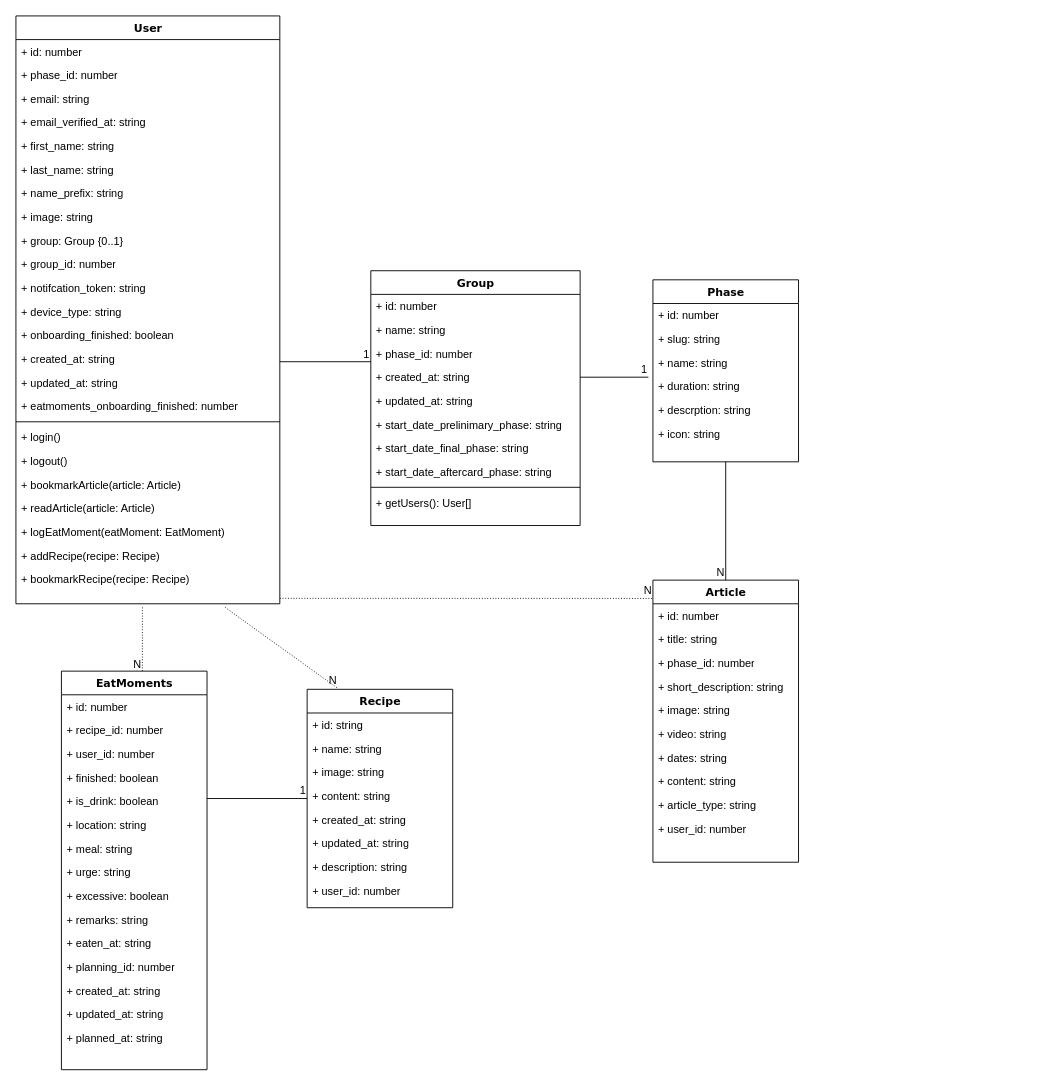
Above: Untitled Diagram.drawio in komfysach/sachStudioTast (draw.io), before the change. Source tidied: cells renumbered, new cells numbered last; positions are measured from the earlier drawing's top-left corner, leaving out a move shared by most shapes. Both pictures are drawn from the tidied source at 91%, with x=0, y=0 at pixel (15, 15).
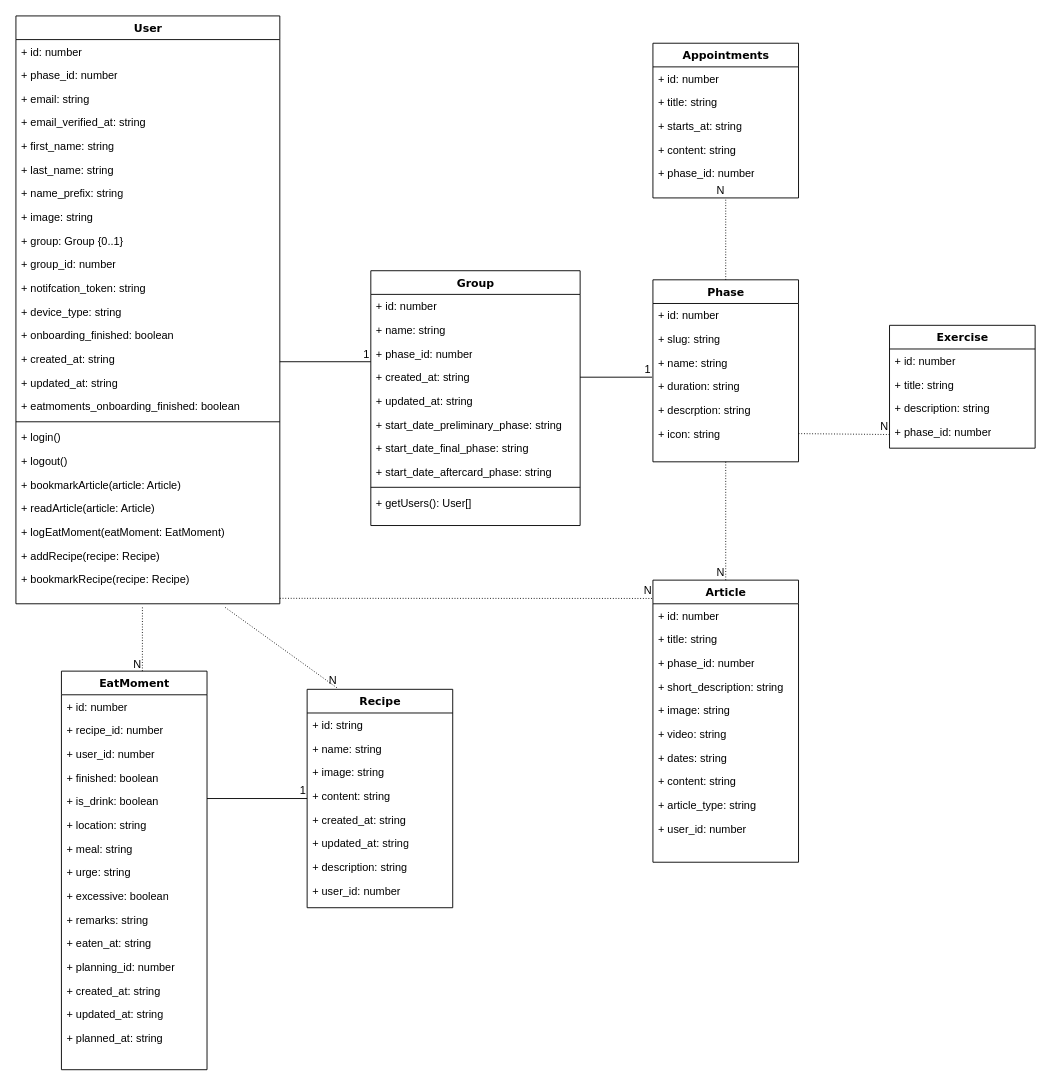
After the change.

The change refers to these unchanged cells:
```xml
<mxCell id="2" value="User" style="swimlane;html=1;fontStyle=1;align=center;verticalAlign=top;horizontal=1;startSize=26;swimlaneFillColor=#ffffff;rounded=0;shadow=0;comic=0;labelBackgroundColor=none;strokeWidth=1;fillColor=none;fontFamily=Verdana;fontSize=12;" parent="1" vertex="1">
  <mxGeometry width="290" height="646" as="geometry" />
</mxCell>
<mxCell id="27" value="Group" style="swimlane;html=1;fontStyle=1;align=center;verticalAlign=top;horizontal=1;startSize=26;swimlaneFillColor=#ffffff;rounded=0;shadow=0;comic=0;labelBackgroundColor=none;strokeWidth=1;fillColor=none;fontFamily=Verdana;fontSize=12;strokeColor=default;swimlaneLine=1;" parent="1" vertex="1">
  <mxGeometry x="390" y="280" width="230" height="280" as="geometry" />
</mxCell>
<mxCell id="38" value="Phase" style="swimlane;html=1;fontStyle=1;align=center;verticalAlign=top;horizontal=1;startSize=26;swimlaneFillColor=#ffffff;rounded=0;shadow=0;comic=0;labelBackgroundColor=none;strokeWidth=1;fillColor=none;fontFamily=Verdana;fontSize=12;" parent="1" vertex="1">
  <mxGeometry x="700" y="290" width="160" height="200" as="geometry" />
</mxCell>
<mxCell id="44" value="+ duration: string" style="text;html=1;strokeColor=none;fillColor=none;align=left;verticalAlign=top;spacingLeft=4;spacingRight=4;whiteSpace=wrap;overflow=hidden;points=[[0,0.5],[1,0.5]];portConstraint=eastwest;" parent="38" vertex="1">
  <mxGeometry y="104" width="160" height="26" as="geometry" />
</mxCell>
<mxCell id="46" value="+ icon: string" style="text;html=1;strokeColor=none;fillColor=none;align=left;verticalAlign=top;spacingLeft=4;spacingRight=4;whiteSpace=wrap;overflow=hidden;points=[[0,0.5],[1,0.5]];portConstraint=eastwest;" parent="38" vertex="1">
  <mxGeometry y="156" width="160" height="26" as="geometry" />
</mxCell>
<mxCell id="72" value="Article" style="swimlane;html=1;fontStyle=1;align=center;verticalAlign=top;horizontal=1;startSize=26;swimlaneFillColor=#ffffff;rounded=0;shadow=0;comic=0;labelBackgroundColor=none;strokeWidth=1;fillColor=none;fontFamily=Verdana;fontSize=12;" parent="1" vertex="1">
  <mxGeometry x="700" y="620" width="160" height="310" as="geometry" />
</mxCell>
```

Change to the diagram source:
```diff
@@
-    <mxCell id="18" value="+ eatmoments_onboarding_finished: number" style="text;html=1;strokeColor=none;fillColor=none;align=left;verticalAlign=top;spacingLeft=4;spacingRight=4;whiteSpace=wrap;overflow=hidden;" parent="2" vertex="1">
+    <mxCell id="18" value="+ eatmoments_onboarding_finished: boolean" style="text;html=1;strokeColor=none;fillColor=none;align=left;verticalAlign=top;spacingLeft=4;spacingRight=4;whiteSpace=wrap;overflow=hidden;" parent="2" vertex="1">
       <mxGeometry y="416" width="290" height="26" as="geometry" />
     </mxCell>
@@
-    <mxCell id="33" value="+ start_date_prelinimary_phase: string" style="text;html=1;strokeColor=none;fillColor=none;align=left;verticalAlign=top;spacingLeft=4;spacingRight=4;whiteSpace=wrap;overflow=hidden;" parent="27" vertex="1">
+    <mxCell id="33" value="+ start_date_preliminary_phase: string" style="text;html=1;strokeColor=none;fillColor=none;align=left;verticalAlign=top;spacingLeft=4;spacingRight=4;whiteSpace=wrap;overflow=hidden;" parent="27" vertex="1">
       <mxGeometry y="156" width="230" height="26" as="geometry" />
     </mxCell>
@@
-    <mxCell id="42" style="endArrow=none;html=1;rounded=0;entryX=-0.031;entryY=0.115;entryDx=0;entryDy=0;entryPerimeter=0;" parent="38" edge="1" target="44">
+    <mxCell id="42" style="endArrow=none;html=1;rounded=0;entryX=-0.006;entryY=0.115;entryDx=0;entryDy=0;entryPerimeter=0;" parent="38" edge="1" target="44">
       <mxGeometry relative="1" as="geometry">
         <mxPoint x="-80" y="107" as="sourcePoint" />
       </mxGeometry>
     </mxCell>
@@
-    <mxCell id="47" value="EatMoments" style="swimlane;html=1;fontStyle=1;align=center;verticalAlign=top;horizontal=1;startSize=26;swimlaneFillColor=#ffffff;rounded=0;shadow=0;comic=0;labelBackgroundColor=none;strokeWidth=1;fillColor=none;fontFamily=Verdana;fontSize=12;" parent="1" vertex="1">
+    <mxCell id="47" value="EatMoment" style="swimlane;html=1;fontStyle=1;align=center;verticalAlign=top;horizontal=1;startSize=26;swimlaneFillColor=#ffffff;rounded=0;shadow=0;comic=0;labelBackgroundColor=none;strokeWidth=1;fillColor=none;fontFamily=Verdana;fontSize=12;" parent="1" vertex="1">
       <mxGeometry x="50" y="720" width="160" height="438" as="geometry" />
     </mxCell>
@@
-    <mxCell id="89" style="endArrow=none;html=1;rounded=0;entryX=0.5;entryY=0;entryDx=0;entryDy=0;exitX=0.5;exitY=1;exitDx=0;exitDy=0;" parent="1" edge="1" source="38" target="72">
-      <mxGeometry relative="1" as="geometry" />
-    </mxCell>
-    <mxCell id="90" value="N" style="html=1;whiteSpace=wrap;align=right;verticalAlign=bottom;" parent="89" vertex="1">
-      <mxGeometry x="1" relative="1" as="geometry" />
-    </mxCell>
@@
+    <mxCell id="95" value="Appointments" style="swimlane;html=1;fontStyle=1;align=center;verticalAlign=top;horizontal=1;startSize=26;swimlaneFillColor=#ffffff;rounded=0;shadow=0;comic=0;labelBackgroundColor=none;strokeWidth=1;fillColor=none;fontFamily=Verdana;fontSize=12;" parent="1" vertex="1">
+      <mxGeometry x="700" y="30" width="160" height="170" as="geometry" />
+    </mxCell>
+    <mxCell id="96" value="+ id: number" style="text;html=1;strokeColor=none;fillColor=none;align=left;verticalAlign=top;spacingLeft=4;spacingRight=4;whiteSpace=wrap;overflow=hidden;" parent="95" vertex="1">
+      <mxGeometry y="26" width="160" height="26" as="geometry" />
+    </mxCell>
+    <mxCell id="97" value="+ title: string" style="text;html=1;strokeColor=none;fillColor=none;align=left;verticalAlign=top;spacingLeft=4;spacingRight=4;whiteSpace=wrap;overflow=hidden;" parent="95" vertex="1">
+      <mxGeometry y="52" width="160" height="26" as="geometry" />
+    </mxCell>
+    <mxCell id="98" value="+ starts_at: string" style="text;html=1;strokeColor=none;fillColor=none;align=left;verticalAlign=top;spacingLeft=4;spacingRight=4;whiteSpace=wrap;overflow=hidden;" parent="95" vertex="1">
+      <mxGeometry y="78" width="160" height="26" as="geometry" />
+    </mxCell>
+    <mxCell id="99" value="+ content: string" style="text;html=1;strokeColor=none;fillColor=none;align=left;verticalAlign=top;spacingLeft=4;spacingRight=4;whiteSpace=wrap;overflow=hidden;" parent="95" vertex="1">
+      <mxGeometry y="104" width="160" height="26" as="geometry" />
+    </mxCell>
+    <mxCell id="100" value="+ phase_id: number" style="text;html=1;strokeColor=none;fillColor=none;align=left;verticalAlign=top;spacingLeft=4;spacingRight=4;whiteSpace=wrap;overflow=hidden;" parent="95" vertex="1">
+      <mxGeometry y="130" width="160" height="26" as="geometry" />
+    </mxCell>
+    <mxCell id="101" style="endArrow=none;html=1;rounded=0;dashed=1;dashPattern=1 2;entryX=0.5;entryY=1;entryDx=0;entryDy=0;exitX=0.5;exitY=0;exitDx=0;exitDy=0;" parent="1" edge="1" source="38" target="95">
+      <mxGeometry relative="1" as="geometry" />
+    </mxCell>
+    <mxCell id="102" value="N" style="html=1;whiteSpace=wrap;align=right;verticalAlign=bottom;" parent="101" vertex="1">
+      <mxGeometry x="1" relative="1" as="geometry" />
+    </mxCell>
+    <mxCell id="103" style="endArrow=none;html=1;rounded=0;dashed=1;dashPattern=1 2;entryX=0.5;entryY=0;entryDx=0;entryDy=0;" parent="1" edge="1" target="72">
+      <mxGeometry relative="1" as="geometry">
+        <mxPoint x="780" y="490" as="sourcePoint" />
+      </mxGeometry>
+    </mxCell>
+    <mxCell id="104" value="N" style="html=1;whiteSpace=wrap;align=right;verticalAlign=bottom;" parent="103" vertex="1">
+      <mxGeometry x="1" relative="1" as="geometry" />
+    </mxCell>
+    <mxCell id="105" value="Exercise" style="swimlane;html=1;fontStyle=1;align=center;verticalAlign=top;horizontal=1;startSize=26;swimlaneFillColor=#ffffff;rounded=0;shadow=0;comic=0;labelBackgroundColor=none;strokeWidth=1;fillColor=none;fontFamily=Verdana;fontSize=12;" parent="1" vertex="1">
+      <mxGeometry x="960" y="340" width="160" height="135" as="geometry" />
+    </mxCell>
+    <mxCell id="106" value="+ id: number" style="text;html=1;strokeColor=none;fillColor=none;align=left;verticalAlign=top;spacingLeft=4;spacingRight=4;whiteSpace=wrap;overflow=hidden;" parent="105" vertex="1">
+      <mxGeometry y="26" width="160" height="26" as="geometry" />
+    </mxCell>
+    <mxCell id="107" value="+ title: string" style="text;html=1;strokeColor=none;fillColor=none;align=left;verticalAlign=top;spacingLeft=4;spacingRight=4;whiteSpace=wrap;overflow=hidden;" parent="105" vertex="1">
+      <mxGeometry y="52" width="160" height="26" as="geometry" />
+    </mxCell>
+    <mxCell id="108" value="+ description: string" style="text;html=1;strokeColor=none;fillColor=none;align=left;verticalAlign=top;spacingLeft=4;spacingRight=4;whiteSpace=wrap;overflow=hidden;" parent="105" vertex="1">
+      <mxGeometry y="78" width="160" height="26" as="geometry" />
+    </mxCell>
+    <mxCell id="109" value="+ phase_id: number" style="text;html=1;strokeColor=none;fillColor=none;align=left;verticalAlign=top;spacingLeft=4;spacingRight=4;whiteSpace=wrap;overflow=hidden;" parent="105" vertex="1">
+      <mxGeometry y="104" width="160" height="26" as="geometry" />
+    </mxCell>
+    <mxCell id="110" style="endArrow=none;html=1;rounded=0;dashed=1;dashPattern=1 2;exitX=1;exitY=0.5;exitDx=0;exitDy=0;" parent="1" edge="1" source="46">
+      <mxGeometry relative="1" as="geometry">
+        <mxPoint x="960" y="460" as="targetPoint" />
+      </mxGeometry>
+    </mxCell>
+    <mxCell id="111" value="N" style="html=1;whiteSpace=wrap;align=right;verticalAlign=bottom;" parent="110" vertex="1">
+      <mxGeometry x="1" relative="1" as="geometry" />
+    </mxCell>
```
